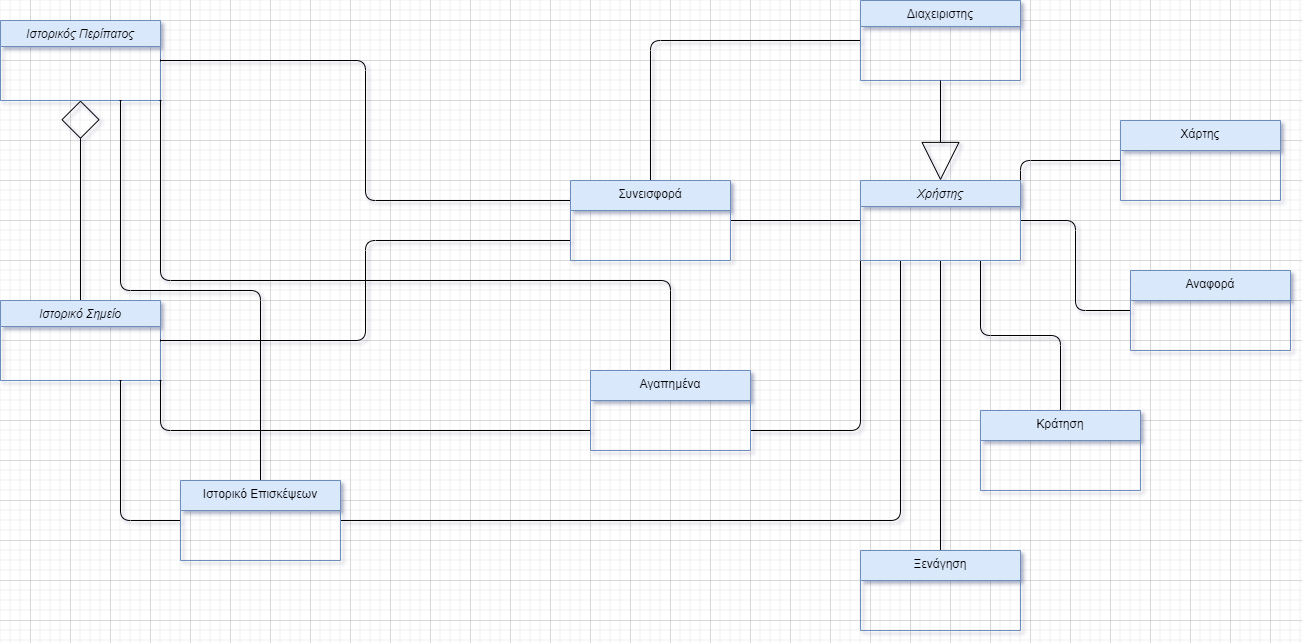
The draw.io diagram NOTES/Domain Model v0.1.png in Nektar24/software-engineering, before a commit. Source tidied: cells renumbered, new cells last; positions are measured from the earlier drawing's top-left corner, leaving out a move shared by most shapes.
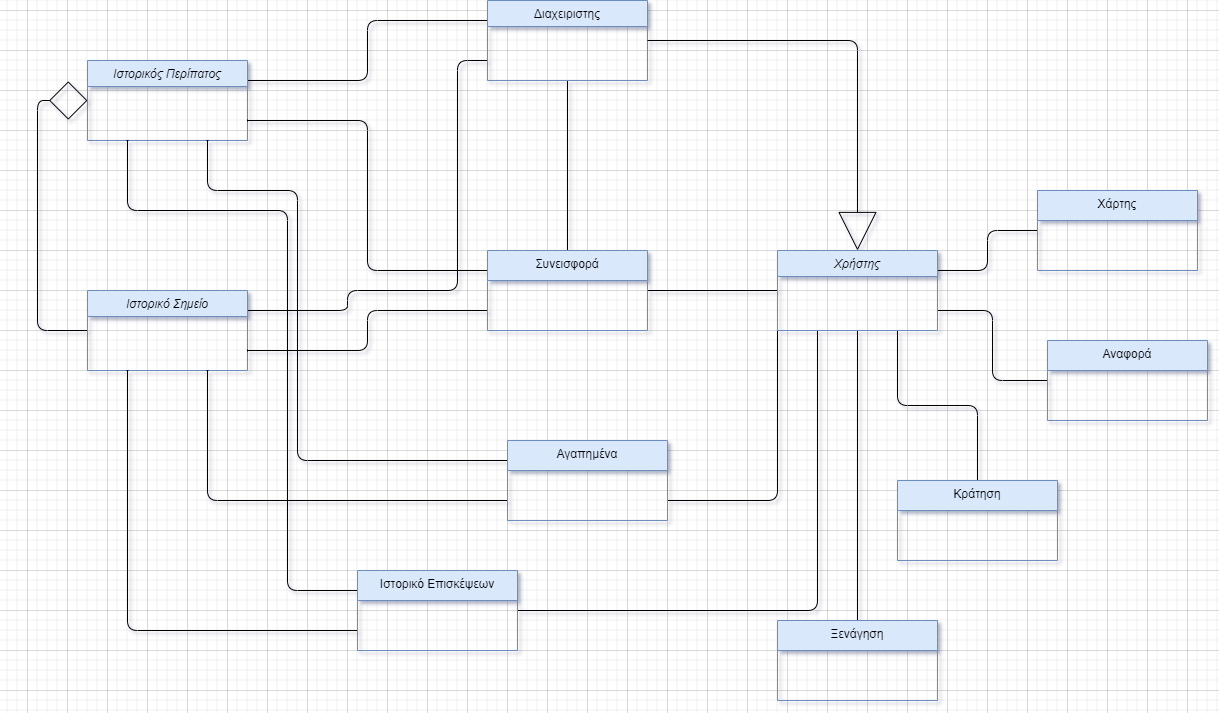
The same diagram one commit later.

Commit message:
domain model changes

What changed in the source:
```diff
@@ -17,64 +17,84 @@
     <mxCell id="6" style="edgeStyle=orthogonalEdgeStyle;rounded=1;jettySize=auto;html=1;exitX=0.75;exitY=1;exitDx=0;exitDy=0;entryX=0.5;entryY=0;entryDx=0;entryDy=0;strokeColor=default;align=center;verticalAlign=middle;fontFamily=Helvetica;fontSize=11;fontColor=default;labelBackgroundColor=default;elbow=vertical;endArrow=baseDash;endFill=0;endSize=0;curved=0;" parent="1" edge="1" source="9" target="26">
       <mxGeometry relative="1" as="geometry" />
     </mxCell>
-    <mxCell id="7" style="edgeStyle=orthogonalEdgeStyle;curved=0;rounded=1;jettySize=auto;html=1;exitX=1;exitY=0.5;exitDx=0;exitDy=0;entryX=0;entryY=0.5;entryDx=0;entryDy=0;strokeColor=default;align=center;verticalAlign=middle;fontFamily=Helvetica;fontSize=11;fontColor=default;labelBackgroundColor=default;elbow=vertical;endArrow=baseDash;endFill=0;endSize=0;" parent="1" edge="1" source="9" target="27">
+    <mxCell id="7" style="edgeStyle=orthogonalEdgeStyle;curved=0;rounded=1;jettySize=auto;html=1;exitX=1;exitY=0.75;exitDx=0;exitDy=0;entryX=0;entryY=0.5;entryDx=0;entryDy=0;strokeColor=default;align=center;verticalAlign=middle;fontFamily=Helvetica;fontSize=11;fontColor=default;labelBackgroundColor=default;elbow=vertical;endArrow=baseDash;endFill=0;endSize=0;" parent="1" edge="1" source="9" target="27">
       <mxGeometry relative="1" as="geometry" />
     </mxCell>
-    <mxCell id="8" style="edgeStyle=orthogonalEdgeStyle;curved=0;rounded=1;jettySize=auto;html=1;exitX=1;exitY=0;exitDx=0;exitDy=0;entryX=0;entryY=0.5;entryDx=0;entryDy=0;strokeColor=default;align=center;verticalAlign=middle;fontFamily=Helvetica;fontSize=11;fontColor=default;labelBackgroundColor=default;elbow=vertical;endArrow=baseDash;endFill=0;endSize=0;" parent="1" edge="1" source="9" target="28">
+    <mxCell id="8" style="edgeStyle=orthogonalEdgeStyle;curved=0;rounded=1;jettySize=auto;html=1;exitX=1;exitY=0.25;exitDx=0;exitDy=0;entryX=0;entryY=0.5;entryDx=0;entryDy=0;strokeColor=default;align=center;verticalAlign=middle;fontFamily=Helvetica;fontSize=11;fontColor=default;labelBackgroundColor=default;elbow=vertical;endArrow=baseDash;endFill=0;endSize=0;" parent="1" edge="1" source="9" target="28">
       <mxGeometry relative="1" as="geometry" />
     </mxCell>
     <mxCell id="9" value="Χρήστης" style="swimlane;fontStyle=2;align=center;verticalAlign=top;horizontal=1;startSize=26;rounded=0;shadow=0;strokeWidth=1;fillColor=#dae8fc;strokeColor=#6c8ebf;" parent="1" vertex="1">
       <mxGeometry x="860" y="180" width="160" height="80" as="geometry" />
     </mxCell>
-    <mxCell id="10" style="edgeStyle=orthogonalEdgeStyle;rounded=1;jettySize=auto;html=1;exitX=0;exitY=0.5;exitDx=0;exitDy=0;entryX=0.5;entryY=0;entryDx=0;entryDy=0;elbow=vertical;strokeColor=default;align=center;verticalAlign=middle;fontFamily=Helvetica;fontSize=11;fontColor=default;labelBackgroundColor=default;endArrow=baseDash;endFill=0;endSize=0;curved=0;" parent="1" edge="1" source="11" target="18">
+    <mxCell id="10" style="edgeStyle=orthogonalEdgeStyle;rounded=1;jettySize=auto;html=1;exitX=0.5;exitY=1;exitDx=0;exitDy=0;entryX=0.5;entryY=0;entryDx=0;entryDy=0;elbow=vertical;strokeColor=default;align=center;verticalAlign=middle;fontFamily=Helvetica;fontSize=11;fontColor=default;labelBackgroundColor=default;endArrow=baseDash;endFill=0;endSize=0;curved=0;" parent="1" edge="1" source="11" target="18">
       <mxGeometry relative="1" as="geometry" />
     </mxCell>
+    <mxCell id="29" style="edgeStyle=orthogonalEdgeStyle;curved=0;rounded=1;jettySize=auto;html=1;entryX=1;entryY=0.25;entryDx=0;entryDy=0;strokeColor=default;align=center;verticalAlign=middle;fontFamily=Helvetica;fontSize=11;fontColor=default;labelBackgroundColor=default;elbow=vertical;endArrow=baseDash;endFill=0;endSize=0;exitX=0;exitY=0.25;exitDx=0;exitDy=0;" parent="1" edge="1" source="11" target="13">
+      <mxGeometry relative="1" as="geometry" />
+    </mxCell>
+    <mxCell id="30" style="edgeStyle=orthogonalEdgeStyle;curved=0;rounded=1;jettySize=auto;html=1;exitX=0;exitY=0.75;exitDx=0;exitDy=0;entryX=1;entryY=0.25;entryDx=0;entryDy=0;strokeColor=default;align=center;verticalAlign=middle;fontFamily=Helvetica;fontSize=11;fontColor=default;labelBackgroundColor=default;elbow=vertical;endArrow=baseDash;endFill=0;endSize=0;" parent="1" edge="1" source="11" target="15">
+      <mxGeometry relative="1" as="geometry">
+        <Array as="points">
+          <mxPoint x="540" y="-10" />
+          <mxPoint x="540" y="220" />
+          <mxPoint x="430" y="220" />
+          <mxPoint x="430" y="240" />
+        </Array>
+      </mxGeometry>
+    </mxCell>
     <mxCell id="11" value="Διαχειριστης" style="swimlane;fontStyle=0;align=center;verticalAlign=top;horizontal=1;startSize=26;rounded=0;shadow=0;strokeWidth=1;fillColor=#dae8fc;strokeColor=#6c8ebf;" parent="1" vertex="1">
-      <mxGeometry x="860" width="160" height="80" as="geometry" />
+      <mxGeometry x="570" y="-70" width="160" height="80" as="geometry" />
     </mxCell>
-    <mxCell id="12" style="endArrow=block;endSize=36;endFill=0;shadow=0;strokeWidth=1;rounded=0;curved=1;edgeStyle=orthogonalEdgeStyle;elbow=vertical;" parent="1" edge="1" source="11" target="9">
+    <mxCell id="12" style="endArrow=block;endSize=36;endFill=0;shadow=0;strokeWidth=1;rounded=1;edgeStyle=orthogonalEdgeStyle;elbow=vertical;curved=0;" parent="1" edge="1" source="11" target="9">
       <mxGeometry relative="1" as="geometry" />
     </mxCell>
     <mxCell id="13" value="Ιστορικός Περίπατος" style="swimlane;fontStyle=2;align=center;verticalAlign=top;horizontal=1;startSize=26;rounded=0;shadow=0;strokeWidth=1;fillColor=#dae8fc;strokeColor=#6c8ebf;" parent="1" vertex="1">
-      <mxGeometry y="20" width="160" height="80" as="geometry" />
+      <mxGeometry x="170" y="-10" width="160" height="80" as="geometry" />
     </mxCell>
-    <mxCell id="14" style="edgeStyle=orthogonalEdgeStyle;rounded=1;jettySize=auto;html=1;exitX=0.5;exitY=0;exitDx=0;exitDy=0;entryX=0.5;entryY=1;entryDx=0;entryDy=0;endSize=36;endArrow=diamond;endFill=0;curved=0;" parent="1" edge="1" source="15" target="13">
+    <mxCell id="14" style="edgeStyle=orthogonalEdgeStyle;rounded=1;jettySize=auto;html=1;exitX=0;exitY=0.5;exitDx=0;exitDy=0;entryX=0;entryY=0.5;entryDx=0;entryDy=0;endSize=36;endArrow=diamond;endFill=0;curved=0;" parent="1" edge="1" source="15" target="13">
       <mxGeometry relative="1" as="geometry" />
     </mxCell>
     <mxCell id="15" value="Ιστορικό Σημείο" style="swimlane;fontStyle=2;align=center;verticalAlign=top;horizontal=1;startSize=26;rounded=0;shadow=0;strokeWidth=1;fillColor=#dae8fc;strokeColor=#6c8ebf;" parent="1" vertex="1">
-      <mxGeometry y="300" width="160" height="80" as="geometry" />
+      <mxGeometry x="170" y="220" width="160" height="80" as="geometry" />
     </mxCell>
+    <mxCell id="17" style="edgeStyle=orthogonalEdgeStyle;rounded=1;jettySize=auto;html=1;exitX=0;exitY=0.25;exitDx=0;exitDy=0;entryX=1;entryY=0.75;entryDx=0;entryDy=0;strokeColor=default;align=center;verticalAlign=middle;fontFamily=Helvetica;fontSize=11;fontColor=default;labelBackgroundColor=default;elbow=vertical;endArrow=baseDash;endFill=0;endSize=0;curved=0;" parent="1" edge="1" source="18" target="13">
+      <mxGeometry relative="1" as="geometry" />
+    </mxCell>
-    <mxCell id="16" style="edgeStyle=orthogonalEdgeStyle;rounded=1;jettySize=auto;html=1;exitX=0;exitY=0.75;exitDx=0;exitDy=0;entryX=1;entryY=0.5;entryDx=0;entryDy=0;strokeColor=default;align=center;verticalAlign=middle;fontFamily=Helvetica;fontSize=11;fontColor=default;labelBackgroundColor=default;elbow=vertical;endArrow=baseDash;endFill=0;endSize=0;curved=0;" parent="1" edge="1" source="18" target="15">
+    <mxCell id="16" style="edgeStyle=orthogonalEdgeStyle;curved=0;rounded=1;jettySize=auto;html=1;exitX=0;exitY=0.75;exitDx=0;exitDy=0;entryX=1;entryY=0.75;entryDx=0;entryDy=0;strokeColor=default;align=center;verticalAlign=middle;fontFamily=Helvetica;fontSize=11;fontColor=default;labelBackgroundColor=default;elbow=vertical;endArrow=baseDash;endFill=0;endSize=0;" parent="1" edge="1" source="18" target="15">
       <mxGeometry relative="1" as="geometry" />
     </mxCell>
-    <mxCell id="17" style="edgeStyle=orthogonalEdgeStyle;rounded=1;jettySize=auto;html=1;exitX=0;exitY=0.25;exitDx=0;exitDy=0;entryX=1;entryY=0.5;entryDx=0;entryDy=0;strokeColor=default;align=center;verticalAlign=middle;fontFamily=Helvetica;fontSize=11;fontColor=default;labelBackgroundColor=default;elbow=vertical;endArrow=baseDash;endFill=0;endSize=0;curved=0;" parent="1" edge="1" source="18" target="13">
-      <mxGeometry relative="1" as="geometry" />
-    </mxCell>
     <mxCell id="18" value="Συνεισφορά" style="swimlane;fontStyle=0;align=center;verticalAlign=top;horizontal=1;startSize=30;rounded=0;shadow=0;strokeWidth=1;fillColor=#dae8fc;strokeColor=#6c8ebf;" parent="1" vertex="1">
       <mxGeometry x="570" y="180" width="160" height="80" as="geometry" />
     </mxCell>
+    <mxCell id="20" style="edgeStyle=orthogonalEdgeStyle;curved=0;rounded=1;jettySize=auto;html=1;exitX=0;exitY=0.75;exitDx=0;exitDy=0;entryX=0.75;entryY=1;entryDx=0;entryDy=0;strokeColor=default;align=center;verticalAlign=middle;fontFamily=Helvetica;fontSize=11;fontColor=default;labelBackgroundColor=default;elbow=vertical;endArrow=baseDash;endFill=0;endSize=0;" parent="1" edge="1" source="21" target="15">
+      <mxGeometry relative="1" as="geometry" />
+    </mxCell>
-    <mxCell id="19" style="rounded=1;jettySize=auto;html=1;exitX=0.5;exitY=0;exitDx=0;exitDy=0;entryX=1;entryY=1;entryDx=0;entryDy=0;strokeColor=default;align=center;verticalAlign=middle;fontFamily=Helvetica;fontSize=11;fontColor=default;labelBackgroundColor=default;endArrow=baseDash;endFill=0;endSize=0;edgeStyle=orthogonalEdgeStyle;curved=0;" parent="1" edge="1" source="21" target="13">
+    <mxCell id="19" style="edgeStyle=orthogonalEdgeStyle;curved=0;rounded=1;jettySize=auto;html=1;exitX=0;exitY=0.25;exitDx=0;exitDy=0;entryX=0.75;entryY=1;entryDx=0;entryDy=0;strokeColor=default;align=center;verticalAlign=middle;fontFamily=Helvetica;fontSize=11;fontColor=default;labelBackgroundColor=default;elbow=vertical;endArrow=baseDash;endFill=0;endSize=0;" parent="1" edge="1" source="21" target="13">
       <mxGeometry relative="1" as="geometry">
         <Array as="points">
-          <mxPoint x="670" y="280" />
-          <mxPoint x="160" y="280" />
+          <mxPoint x="380" y="390" />
+          <mxPoint x="380" y="120" />
+          <mxPoint x="290" y="120" />
         </Array>
       </mxGeometry>
     </mxCell>
-    <mxCell id="20" style="edgeStyle=orthogonalEdgeStyle;rounded=1;jettySize=auto;html=1;exitX=0;exitY=0.75;exitDx=0;exitDy=0;entryX=1;entryY=1;entryDx=0;entryDy=0;strokeColor=default;align=center;verticalAlign=middle;fontFamily=Helvetica;fontSize=11;fontColor=default;labelBackgroundColor=default;elbow=vertical;endArrow=baseDash;endFill=0;endSize=0;curved=0;" parent="1" edge="1" source="21" target="15">
-      <mxGeometry relative="1" as="geometry" />
-    </mxCell>
     <mxCell id="21" value="Αγαπημένα" style="swimlane;fontStyle=0;align=center;verticalAlign=top;horizontal=1;startSize=30;rounded=0;shadow=0;strokeWidth=1;fillColor=#dae8fc;strokeColor=#6c8ebf;" parent="1" vertex="1">
       <mxGeometry x="590" y="370" width="160" height="80" as="geometry" />
     </mxCell>
+    <mxCell id="23" style="edgeStyle=orthogonalEdgeStyle;rounded=1;jettySize=auto;html=1;exitX=0;exitY=0.75;exitDx=0;exitDy=0;strokeColor=default;align=center;verticalAlign=middle;fontFamily=Helvetica;fontSize=11;fontColor=default;labelBackgroundColor=default;elbow=vertical;endArrow=baseDash;entryX=0.25;entryY=1;entryDx=0;entryDy=0;endFill=0;endSize=0;curved=0;" parent="1" edge="1" source="24" target="15">
+      <mxGeometry relative="1" as="geometry" />
+    </mxCell>
-    <mxCell id="22" style="edgeStyle=orthogonalEdgeStyle;rounded=1;jettySize=auto;html=1;exitX=0.5;exitY=0;exitDx=0;exitDy=0;entryX=0.75;entryY=1;entryDx=0;entryDy=0;strokeColor=default;align=center;verticalAlign=middle;fontFamily=Helvetica;fontSize=11;fontColor=default;labelBackgroundColor=default;elbow=vertical;endArrow=baseDash;endSize=0;endFill=0;curved=0;" parent="1" edge="1" source="24" target="13">
-      <mxGeometry relative="1" as="geometry" />
+    <mxCell id="22" style="edgeStyle=orthogonalEdgeStyle;curved=0;rounded=1;jettySize=auto;html=1;exitX=0;exitY=0.25;exitDx=0;exitDy=0;entryX=0.25;entryY=1;entryDx=0;entryDy=0;strokeColor=default;align=center;verticalAlign=middle;fontFamily=Helvetica;fontSize=11;fontColor=default;labelBackgroundColor=default;elbow=vertical;endArrow=baseDash;endFill=0;endSize=0;" parent="1" edge="1" source="24" target="13">
+      <mxGeometry relative="1" as="geometry">
+        <Array as="points">
+          <mxPoint x="370" y="520" />
+          <mxPoint x="370" y="140" />
+          <mxPoint x="210" y="140" />
+        </Array>
+      </mxGeometry>
     </mxCell>
-    <mxCell id="23" style="edgeStyle=orthogonalEdgeStyle;rounded=1;jettySize=auto;html=1;exitX=0;exitY=0.5;exitDx=0;exitDy=0;strokeColor=default;align=center;verticalAlign=middle;fontFamily=Helvetica;fontSize=11;fontColor=default;labelBackgroundColor=default;elbow=vertical;endArrow=baseDash;entryX=0.75;entryY=1;entryDx=0;entryDy=0;endFill=0;endSize=0;curved=0;" parent="1" edge="1" source="24" target="15">
-      <mxGeometry relative="1" as="geometry" />
-    </mxCell>
     <mxCell id="24" value="Ιστορικό Επισκέψεων" style="swimlane;fontStyle=0;align=center;verticalAlign=top;horizontal=1;startSize=30;rounded=0;shadow=0;strokeWidth=1;fillColor=#dae8fc;strokeColor=#6c8ebf;" parent="1" vertex="1">
-      <mxGeometry x="180" y="480" width="160" height="80" as="geometry" />
+      <mxGeometry x="440" y="500" width="160" height="80" as="geometry" />
     </mxCell>
     <mxCell id="25" value="Ξενάγηση" style="swimlane;fontStyle=0;align=center;verticalAlign=top;horizontal=1;startSize=30;rounded=0;shadow=0;strokeWidth=1;fillColor=#dae8fc;strokeColor=#6c8ebf;" parent="1" vertex="1">
       <mxGeometry x="860" y="550" width="160" height="80" as="geometry" />
```
